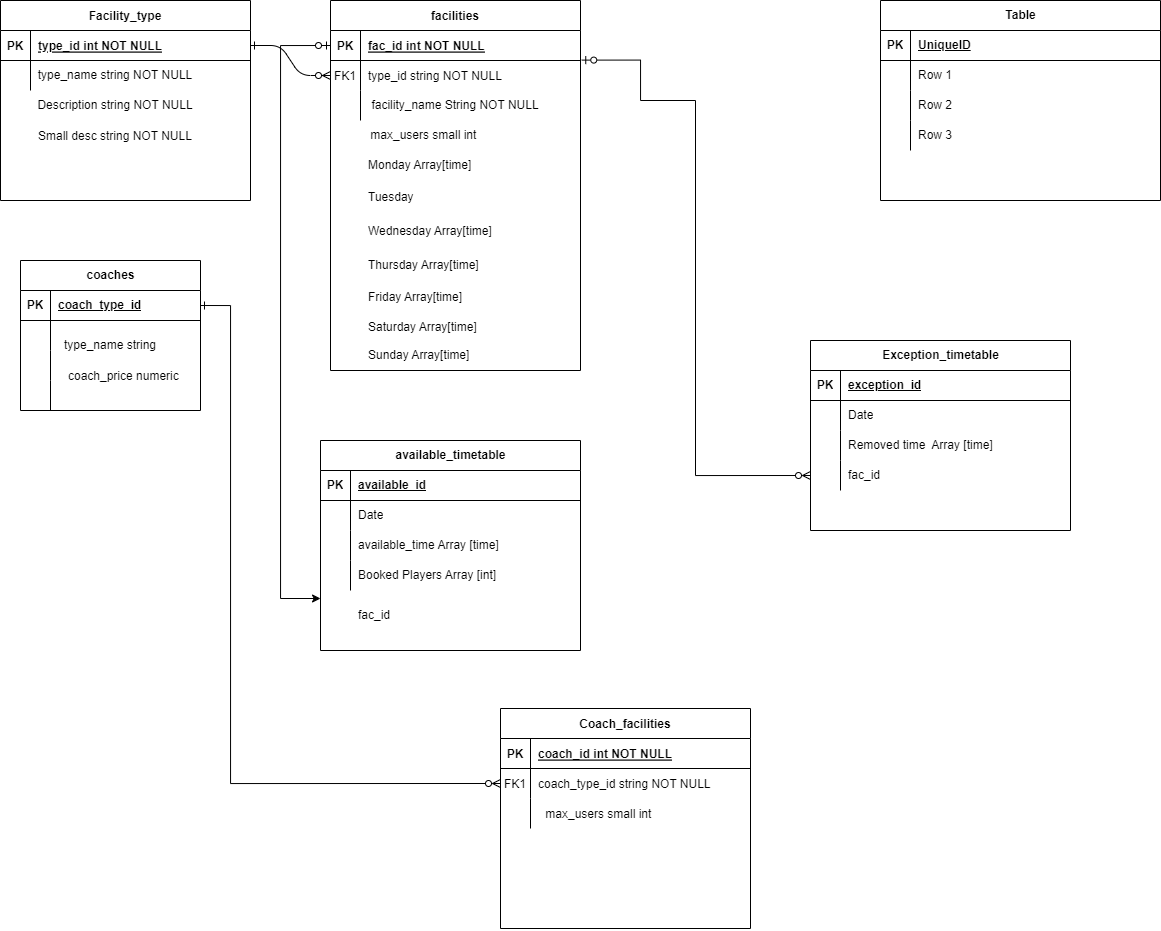
Thulasithang/Booking-System keeps this draw.io diagram as facilityNew.png. Above is the earlier version. Source tidied: cells renumbered, new cells last; positions are measured from the earlier drawing's top-left corner, leaving out a move shared by most shapes.
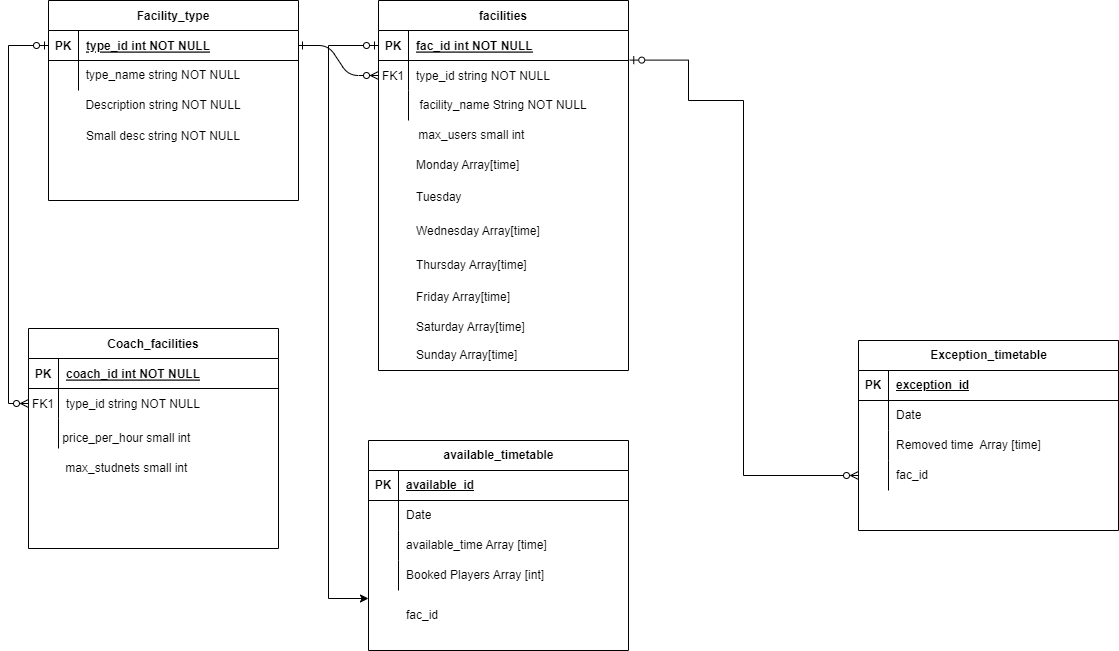
After the commit.

What changed in the source:
```diff
@@ -35,48 +35,6 @@
     <mxCell id="12" value="type_name string NOT NULL" style="text;html=1;strokeColor=none;fillColor=none;align=center;verticalAlign=middle;whiteSpace=wrap;rounded=0;" parent="1" vertex="1">
       <mxGeometry x="30" y="60" width="170" height="30" as="geometry" />
     </mxCell>
-    <mxCell id="13" value="coaches" style="shape=table;startSize=30;rowLines=0;fontStyle=1;align=center;html=1;" parent="1" vertex="1">
-      <mxGeometry x="20" y="260" width="180" height="150" as="geometry" />
-    </mxCell>
-    <mxCell id="14" style="shape=tableRow;horizontal=0;startSize=0;swimlaneHead=0;swimlaneBody=0;fillColor=none;points=[[0,0.5],[1,0.5]];portConstraint=eastwest;top=0;left=0;right=0;bottom=1;" parent="13" vertex="1">
-      <mxGeometry y="30" width="180" height="30" as="geometry" />
-    </mxCell>
-    <mxCell id="15" value="PK" style="shape=partialRectangle;fillColor=none;top=0;left=0;bottom=0;right=0;fontStyle=1;overflow=hidden;whiteSpace=wrap;html=1;" parent="14" vertex="1">
-      <mxGeometry width="30" height="30" as="geometry" />
-    </mxCell>
-    <mxCell id="16" value="coach_type_id" style="shape=partialRectangle;fillColor=none;top=0;left=0;bottom=0;right=0;align=left;spacingLeft=6;fontStyle=5;overflow=hidden;whiteSpace=wrap;html=1;" parent="14" vertex="1">
-      <mxGeometry x="30" width="150" height="30" as="geometry" />
-    </mxCell>
-    <mxCell id="17" style="shape=tableRow;horizontal=0;startSize=0;swimlaneHead=0;swimlaneBody=0;fillColor=none;top=0;left=0;right=0;bottom=0;" parent="13" vertex="1">
-      <mxGeometry y="60" width="180" height="30" as="geometry" />
-    </mxCell>
-    <mxCell id="18" style="shape=partialRectangle;fillColor=none;top=0;left=0;bottom=0;right=0;overflow=hidden;whiteSpace=wrap;html=1;" parent="17" vertex="1">
-      <mxGeometry width="30" height="30" as="geometry" />
-    </mxCell>
-    <mxCell id="19" style="shape=partialRectangle;fillColor=none;top=0;left=0;bottom=0;right=0;align=left;spacingLeft=6;overflow=hidden;whiteSpace=wrap;html=1;" parent="17" vertex="1">
-      <mxGeometry x="30" width="150" height="30" as="geometry" />
-    </mxCell>
-    <mxCell id="20" style="shape=tableRow;horizontal=0;startSize=0;swimlaneHead=0;swimlaneBody=0;fillColor=none;top=0;left=0;right=0;bottom=0;" parent="13" vertex="1">
-      <mxGeometry y="90" width="180" height="30" as="geometry" />
-    </mxCell>
-    <mxCell id="21" style="shape=partialRectangle;fillColor=none;top=0;left=0;bottom=0;right=0;overflow=hidden;whiteSpace=wrap;html=1;" parent="20" vertex="1">
-      <mxGeometry width="30" height="30" as="geometry" />
-    </mxCell>
-    <mxCell id="22" style="shape=partialRectangle;fillColor=none;top=0;left=0;bottom=0;right=0;align=left;spacingLeft=6;overflow=hidden;whiteSpace=wrap;html=1;" parent="20" vertex="1">
-      <mxGeometry x="30" width="150" height="30" as="geometry" />
-    </mxCell>
-    <mxCell id="23" style="shape=tableRow;horizontal=0;startSize=0;swimlaneHead=0;swimlaneBody=0;fillColor=none;top=0;left=0;right=0;bottom=0;" parent="13" vertex="1">
-      <mxGeometry y="120" width="180" height="30" as="geometry" />
-    </mxCell>
-    <mxCell id="24" style="shape=partialRectangle;fillColor=none;top=0;left=0;bottom=0;right=0;overflow=hidden;whiteSpace=wrap;html=1;" parent="23" vertex="1">
-      <mxGeometry width="30" height="30" as="geometry" />
-    </mxCell>
-    <mxCell id="25" style="shape=partialRectangle;fillColor=none;top=0;left=0;bottom=0;right=0;align=left;spacingLeft=6;overflow=hidden;whiteSpace=wrap;html=1;" parent="23" vertex="1">
-      <mxGeometry x="30" width="150" height="30" as="geometry" />
-    </mxCell>
-    <mxCell id="26" value="coach_price numeric" style="shape=partialRectangle;overflow=hidden;fillColor=none;top=0;left=0;bottom=0;right=0;align=left;spacingLeft=6;" parent="1" vertex="1">
-      <mxGeometry x="60" y="360" width="130" height="30" as="geometry" />
-    </mxCell>
     <mxCell id="27" value="Exception_timetable" style="shape=table;startSize=30;rowLines=0;fontStyle=1;align=center;html=1;" parent="1" vertex="1">
       <mxGeometry x="810" y="340" width="260" height="190" as="geometry" />
     </mxCell>
@@ -138,9 +96,6 @@
         </Array>
       </mxGeometry>
     </mxCell>
-    <mxCell id="43" value="type_name string" style="text;html=1;strokeColor=none;fillColor=none;align=center;verticalAlign=middle;whiteSpace=wrap;rounded=0;" parent="1" vertex="1">
-      <mxGeometry x="50" y="330" width="120" height="30" as="geometry" />
-    </mxCell>
     <mxCell id="44" style="group;" parent="1" vertex="1">
       <mxGeometry x="330" width="290" height="370" as="geometry" />
     </mxCell>
@@ -202,7 +157,7 @@
       <mxGeometry x="30" y="312.4" width="230" height="30" as="geometry" />
     </mxCell>
     <mxCell id="64" style="group;" parent="1" vertex="1">
-      <mxGeometry x="500" y="710" width="260" height="220" as="geometry" />
+      <mxGeometry x="-20" y="330" width="260" height="220" as="geometry" />
     </mxCell>
     <mxCell id="65" value="Coach_facilities" style="shape=table;startSize=30;rowLines=0;fontStyle=1;align=center;" parent="64" vertex="1">
       <mxGeometry y="-2" width="250" height="220" as="geometry" />
@@ -222,7 +177,7 @@
     <mxCell id="70" value="FK1" style="shape=partialRectangle;overflow=hidden;fillColor=none;top=0;left=0;bottom=0;right=0;" parent="69" vertex="1">
       <mxGeometry width="30" height="30" as="geometry" />
     </mxCell>
-    <mxCell id="71" value="coach_type_id string NOT NULL" style="shape=partialRectangle;overflow=hidden;fillColor=none;top=0;left=0;bottom=0;right=0;align=left;spacingLeft=6;" parent="69" vertex="1">
+    <mxCell id="71" value="type_id string NOT NULL" style="shape=partialRectangle;overflow=hidden;fillColor=none;top=0;left=0;bottom=0;right=0;align=left;spacingLeft=6;" parent="69" vertex="1">
       <mxGeometry x="30" width="220" height="30" as="geometry" />
     </mxCell>
     <mxCell id="72" style="shape=partialRectangle;fillColor=none;top=0;left=0;right=0;bottom=0;" parent="65" vertex="1">
@@ -234,9 +189,12 @@
     <mxCell id="74" style="shape=partialRectangle;overflow=hidden;fillColor=none;top=0;left=0;bottom=0;right=0;align=left;spacingLeft=6;" parent="72" vertex="1">
       <mxGeometry x="30" width="220" height="30" as="geometry" />
     </mxCell>
-    <mxCell id="75" value="max_users small int&amp;nbsp;" style="text;html=1;strokeColor=none;fillColor=none;align=center;verticalAlign=middle;whiteSpace=wrap;rounded=0;" parent="64" vertex="1">
-      <mxGeometry x="30" y="89" width="140" height="30" as="geometry" />
+    <mxCell id="75" value="price_per_hour small int&amp;nbsp;" style="text;html=1;strokeColor=none;fillColor=none;align=center;verticalAlign=middle;whiteSpace=wrap;rounded=0;" parent="64" vertex="1">
+      <mxGeometry x="30" y="93" width="140" height="30" as="geometry" />
     </mxCell>
+    <mxCell id="105" value="max_studnets small int&amp;nbsp;" style="text;html=1;strokeColor=none;fillColor=none;align=center;verticalAlign=middle;whiteSpace=wrap;rounded=0;" parent="64" vertex="1">
+      <mxGeometry x="30" y="123" width="140" height="30" as="geometry" />
+    </mxCell>
     <mxCell id="76" style="group;" parent="1" vertex="1">
       <mxGeometry x="320" y="440" width="260" height="210" as="geometry" />
     </mxCell>
@@ -282,52 +240,8 @@
     <mxCell id="90" value="fac_id" style="shape=partialRectangle;fillColor=none;top=0;left=0;bottom=0;right=0;align=left;spacingLeft=6;overflow=hidden;whiteSpace=wrap;html=1;" parent="76" vertex="1">
       <mxGeometry x="30" y="160" width="230" height="30" as="geometry" />
     </mxCell>
-    <mxCell id="91" style="edgeStyle=orthogonalEdgeStyle;rounded=0;jettySize=auto;html=1;exitX=1;exitY=0.5;exitDx=0;exitDy=0;entryX=0;entryY=0.5;entryDx=0;entryDy=0;endArrow=ERzeroToMany;endFill=0;startArrow=ERone;startFill=0;" parent="1" edge="1" source="14" target="69">
-      <mxGeometry relative="1" as="geometry">
-        <Array as="points">
-          <mxPoint x="230" y="305" />
-          <mxPoint x="230" y="783" />
-        </Array>
-      </mxGeometry>
-    </mxCell>
-    <mxCell id="92" value="Table" style="shape=table;startSize=30;rowLines=0;fontStyle=1;align=center;html=1;" parent="1" vertex="1">
-      <mxGeometry x="880" width="280" height="200" as="geometry" />
-    </mxCell>
-    <mxCell id="93" style="shape=tableRow;horizontal=0;startSize=0;swimlaneHead=0;swimlaneBody=0;fillColor=none;top=0;left=0;right=0;bottom=1;" parent="92" vertex="1">
-      <mxGeometry y="30" width="280" height="30" as="geometry" />
-    </mxCell>
-    <mxCell id="94" value="PK" style="shape=partialRectangle;fillColor=none;top=0;left=0;bottom=0;right=0;fontStyle=1;overflow=hidden;whiteSpace=wrap;html=1;" parent="93" vertex="1">
-      <mxGeometry width="30" height="30" as="geometry" />
-    </mxCell>
-    <mxCell id="95" value="UniqueID" style="shape=partialRectangle;fillColor=none;top=0;left=0;bottom=0;right=0;align=left;spacingLeft=6;fontStyle=5;overflow=hidden;whiteSpace=wrap;html=1;" parent="93" vertex="1">
-      <mxGeometry x="30" width="250" height="30" as="geometry" />
-    </mxCell>
-    <mxCell id="96" style="shape=tableRow;horizontal=0;startSize=0;swimlaneHead=0;swimlaneBody=0;fillColor=none;top=0;left=0;right=0;bottom=0;" parent="92" vertex="1">
-      <mxGeometry y="60" width="280" height="30" as="geometry" />
-    </mxCell>
-    <mxCell id="97" style="shape=partialRectangle;fillColor=none;top=0;left=0;bottom=0;right=0;overflow=hidden;whiteSpace=wrap;html=1;" parent="96" vertex="1">
-      <mxGeometry width="30" height="30" as="geometry" />
-    </mxCell>
-    <mxCell id="98" value="Row 1" style="shape=partialRectangle;fillColor=none;top=0;left=0;bottom=0;right=0;align=left;spacingLeft=6;overflow=hidden;whiteSpace=wrap;html=1;" parent="96" vertex="1">
-      <mxGeometry x="30" width="250" height="30" as="geometry" />
-    </mxCell>
-    <mxCell id="99" style="shape=tableRow;horizontal=0;startSize=0;swimlaneHead=0;swimlaneBody=0;fillColor=none;top=0;left=0;right=0;bottom=0;" parent="92" vertex="1">
-      <mxGeometry y="90" width="280" height="30" as="geometry" />
-    </mxCell>
-    <mxCell id="100" style="shape=partialRectangle;fillColor=none;top=0;left=0;bottom=0;right=0;overflow=hidden;whiteSpace=wrap;html=1;" parent="99" vertex="1">
-      <mxGeometry width="30" height="30" as="geometry" />
-    </mxCell>
-    <mxCell id="101" value="Row 2" style="shape=partialRectangle;fillColor=none;top=0;left=0;bottom=0;right=0;align=left;spacingLeft=6;overflow=hidden;whiteSpace=wrap;html=1;" parent="99" vertex="1">
-      <mxGeometry x="30" width="250" height="30" as="geometry" />
-    </mxCell>
-    <mxCell id="102" style="shape=tableRow;horizontal=0;startSize=0;swimlaneHead=0;swimlaneBody=0;fillColor=none;top=0;left=0;right=0;bottom=0;" parent="92" vertex="1">
-      <mxGeometry y="120" width="280" height="30" as="geometry" />
-    </mxCell>
-    <mxCell id="103" style="shape=partialRectangle;fillColor=none;top=0;left=0;bottom=0;right=0;overflow=hidden;whiteSpace=wrap;html=1;" parent="102" vertex="1">
-      <mxGeometry width="30" height="30" as="geometry" />
-    </mxCell>
-    <mxCell id="104" value="Row 3" style="shape=partialRectangle;fillColor=none;top=0;left=0;bottom=0;right=0;align=left;spacingLeft=6;overflow=hidden;whiteSpace=wrap;html=1;" parent="102" vertex="1">
-      <mxGeometry x="30" width="250" height="30" as="geometry" />
-    </mxCell>
+    <mxCell id="106" style="edgeStyle=orthogonalEdgeStyle;rounded=0;jettySize=auto;html=1;exitX=0;exitY=0.5;exitDx=0;exitDy=0;entryX=0;entryY=0.5;entryDx=0;entryDy=0;startArrow=ERzeroToOne;startFill=0;endArrow=ERzeroToMany;endFill=0;" parent="1" edge="1" source="4" target="69">
+      <mxGeometry relative="1" as="geometry" />
+    </mxCell>
   </root>
 </mxGraphModel>
```
